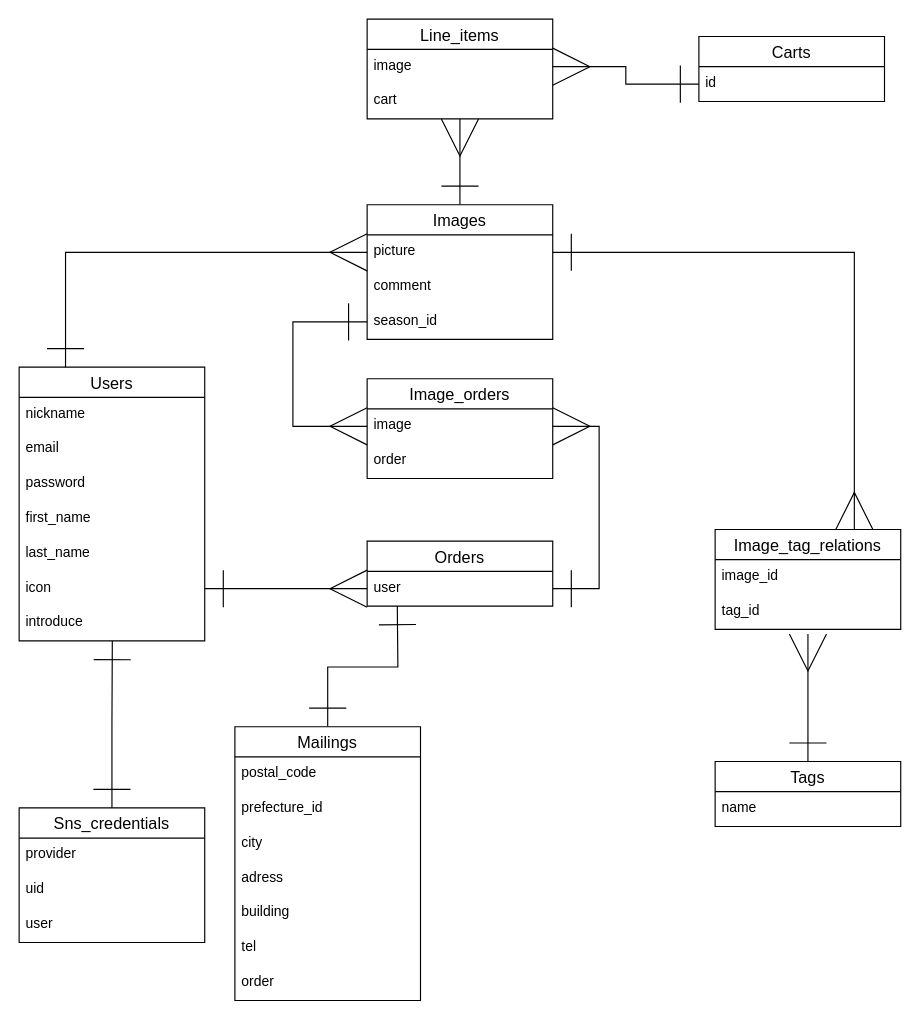
Before: imagecal.dio in phy-homa/imagecal, a draw.io diagram. Source tidied: cells renumbered, new cells numbered last; positions are measured from the earlier drawing's top-left corner, leaving out a move shared by most shapes. Both pictures are drawn from the tidied source at 116%, with x=0, y=0 at pixel (19, 19).
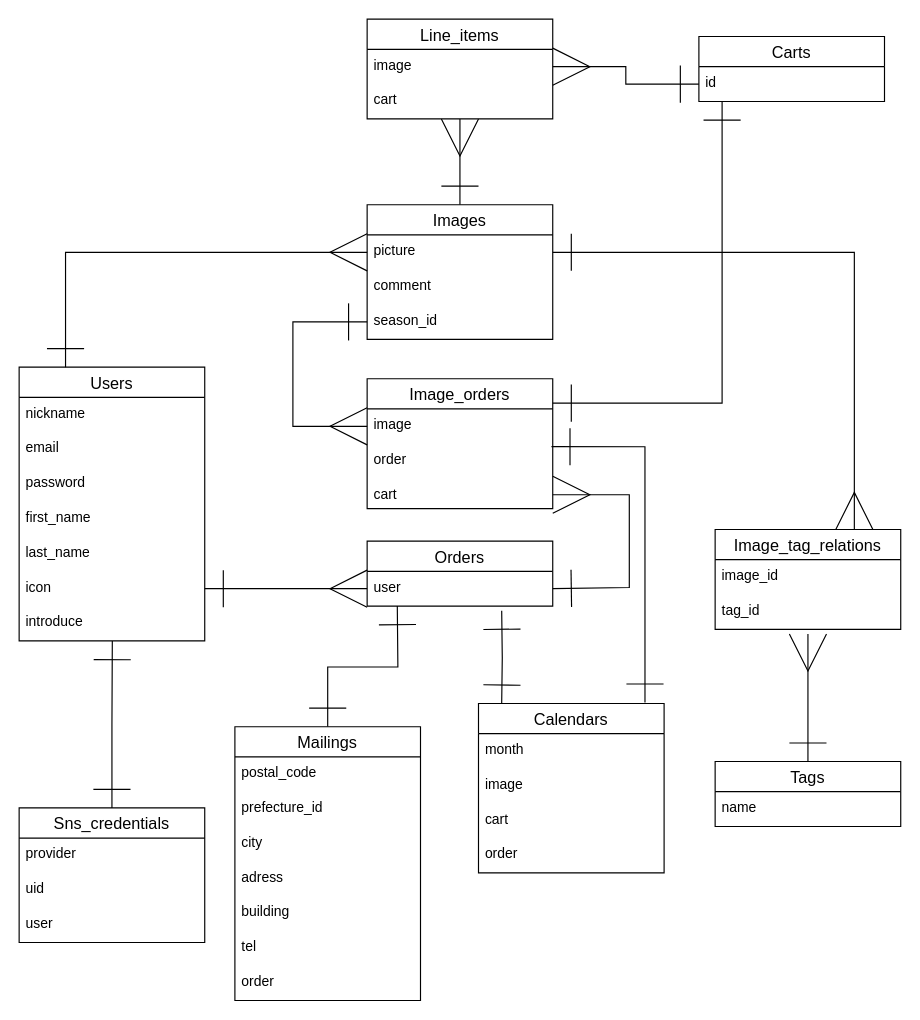
After the change.

Commit message (it also covers changes not shown here):
ER図・Associationの調整

Unchanged cells that the change refers to:
```xml
<mxCell id="16" value="user" style="text;strokeColor=none;fillColor=none;spacingLeft=4;spacingRight=4;overflow=hidden;points=[[0,0.5],[1,0.5]];portConstraint=eastwest;fontSize=12;" parent="15" vertex="1">
  <mxGeometry y="26" width="160" height="30" as="geometry" />
</mxCell>
<mxCell id="47" value="image" style="text;strokeColor=none;fillColor=none;spacingLeft=4;spacingRight=4;overflow=hidden;points=[[0,0.5],[1,0.5]];portConstraint=eastwest;fontSize=12;" parent="46" vertex="1">
  <mxGeometry y="26" width="160" height="30" as="geometry" />
</mxCell>
<mxCell id="48" value="order" style="text;strokeColor=none;fillColor=none;spacingLeft=4;spacingRight=4;overflow=hidden;points=[[0,0.5],[1,0.5]];portConstraint=eastwest;fontSize=12;" parent="46" vertex="1">
  <mxGeometry y="56" width="160" height="30" as="geometry" />
</mxCell>
```

Change to the diagram source:
```diff
@@
     <mxCell id="46" value="Image_orders" style="swimlane;fontStyle=0;horizontal=1;startSize=26;align=center;fontSize=14;" parent="1" vertex="1">
-      <mxGeometry x="300" y="310" width="160" height="86" as="geometry" />
+      <mxGeometry x="300" y="310" width="160" height="112" as="geometry" />
     </mxCell>
@@
+    <mxCell id="51" value="cart" style="text;strokeColor=none;fillColor=none;spacingLeft=4;spacingRight=4;overflow=hidden;fontSize=12;" parent="46" vertex="1">
+      <mxGeometry y="86" width="160" height="26" as="geometry" />
+    </mxCell>
@@
-    <mxCell id="50" style="edgeStyle=orthogonalEdgeStyle;rounded=0;jettySize=auto;html=1;exitX=1;exitY=0.5;exitDx=0;exitDy=0;entryX=1;entryY=0.5;entryDx=0;entryDy=0;startArrow=ERmany;startFill=0;endArrow=ERone;endFill=0;startSize=30;endSize=30;" parent="1" edge="1" source="47" target="16">
-      <mxGeometry relative="1" as="geometry" />
+    <mxCell id="50" style="edgeStyle=orthogonalEdgeStyle;rounded=0;jettySize=auto;html=1;entryX=1;entryY=0.5;entryDx=0;entryDy=0;startArrow=ERmany;startFill=0;endArrow=ERone;endFill=0;startSize=30;endSize=30;" parent="1" edge="1" target="16">
+      <mxGeometry relative="1" as="geometry">
+        <mxPoint x="460" y="410" as="sourcePoint" />
+        <Array as="points">
+          <mxPoint x="460" y="410" />
+          <mxPoint x="526" y="410" />
+          <mxPoint x="526" y="490" />
+          <mxPoint x="460" y="490" />
+        </Array>
+      </mxGeometry>
     </mxCell>
+    <mxCell id="52" style="edgeStyle=orthogonalEdgeStyle;rounded=0;orthogonalLoop=1;jettySize=auto;html=1;startSize=30;endSize=30;startArrow=ERone;startFill=0;endArrow=ERone;endFill=0;" parent="1" edge="1">
+      <mxGeometry relative="1" as="geometry">
+        <mxPoint x="416" y="590" as="sourcePoint" />
+        <mxPoint x="416" y="510" as="targetPoint" />
+      </mxGeometry>
+    </mxCell>
+    <mxCell id="53" value="Calendars" style="swimlane;fontStyle=0;horizontal=1;startSize=26;align=center;fontSize=14;" parent="1" vertex="1">
+      <mxGeometry x="396" y="590" width="160" height="146" as="geometry" />
+    </mxCell>
+    <mxCell id="54" value="month&#10;" style="text;strokeColor=none;fillColor=none;spacingLeft=4;spacingRight=4;overflow=hidden;fontSize=12;" parent="53" vertex="1">
+      <mxGeometry y="26" width="160" height="30" as="geometry" />
+    </mxCell>
+    <mxCell id="55" value="image" style="text;strokeColor=none;fillColor=none;spacingLeft=4;spacingRight=4;overflow=hidden;fontSize=12;" parent="53" vertex="1">
+      <mxGeometry y="56" width="160" height="30" as="geometry" />
+    </mxCell>
+    <mxCell id="56" value="cart" style="text;strokeColor=none;fillColor=none;spacingLeft=4;spacingRight=4;overflow=hidden;fontSize=12;" parent="53" vertex="1">
+      <mxGeometry y="86" width="160" height="30" as="geometry" />
+    </mxCell>
+    <mxCell id="57" value="order" style="text;strokeColor=none;fillColor=none;spacingLeft=4;spacingRight=4;overflow=hidden;fontSize=12;" parent="53" vertex="1">
+      <mxGeometry y="116" width="160" height="30" as="geometry" />
+    </mxCell>
+    <mxCell id="58" style="edgeStyle=orthogonalEdgeStyle;rounded=0;orthogonalLoop=1;jettySize=auto;html=1;startArrow=ERone;startFill=0;endArrow=ERone;endFill=0;startSize=30;endSize=30;" parent="1" edge="1">
+      <mxGeometry relative="1" as="geometry">
+        <mxPoint x="460" y="331" as="sourcePoint" />
+        <mxPoint x="606" y="71" as="targetPoint" />
+        <Array as="points">
+          <mxPoint x="606" y="331" />
+        </Array>
+      </mxGeometry>
+    </mxCell>
+    <mxCell id="59" style="edgeStyle=orthogonalEdgeStyle;rounded=0;jettySize=auto;html=1;exitX=0.993;exitY=0.086;exitDx=0;exitDy=0;startArrow=ERone;startFill=0;endArrow=ERone;endFill=0;startSize=30;endSize=30;exitPerimeter=0;entryX=0.897;entryY=-0.006;entryDx=0;entryDy=0;entryPerimeter=0;" parent="1" edge="1" source="48" target="53">
+      <mxGeometry relative="1" as="geometry" />
+    </mxCell>
```
